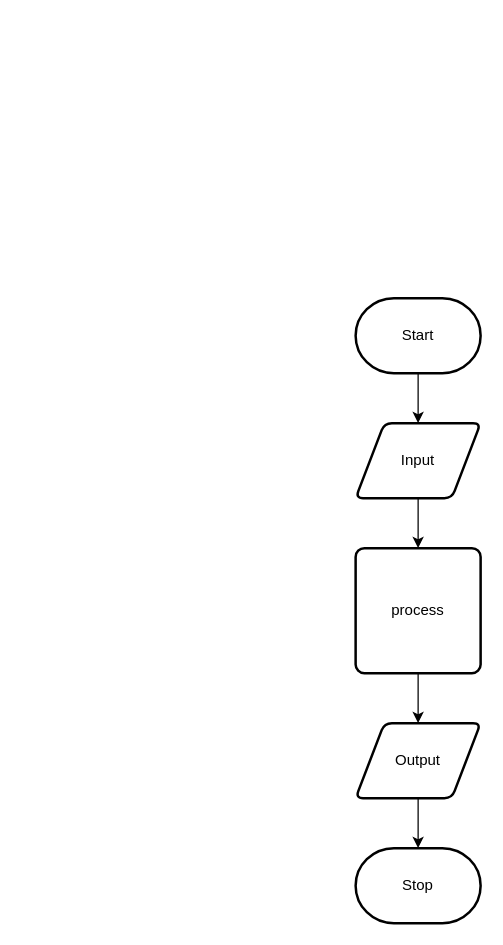
This is design/flow-chart.drawio from Ali-Mugamai/ICS20-6-02-JS, a draw.io file, before an edit. Source tidied: cells renumbered, new cells numbered last; positions are measured from the earlier drawing's top-left corner, leaving out a move shared by most shapes. Both pictures are drawn from the tidied source at 125%, with x=0, y=0 at pixel (355, 298).
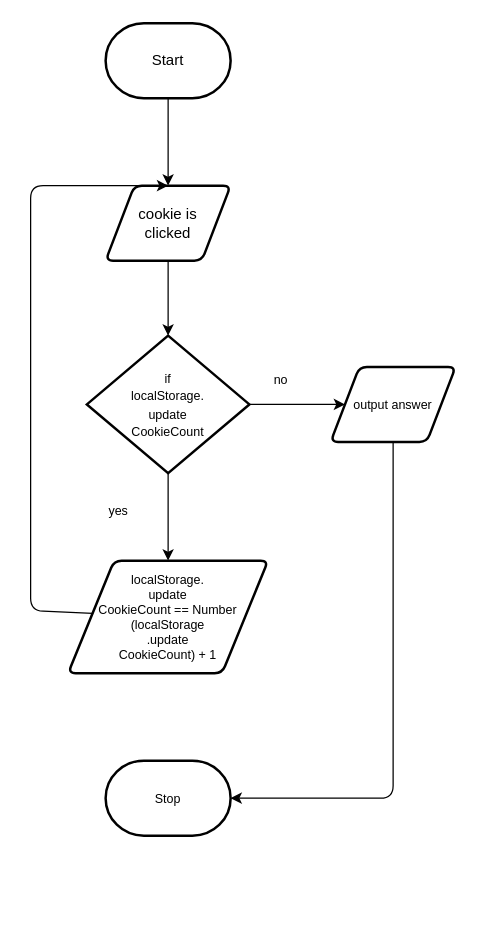
Above is the later version.

The edit, as a diff of the source:
```diff
@@
 <mxGraphModel>
   <root>
     <mxCell id="0" />
     <mxCell id="1" parent="0" />
-    <mxCell id="2" style="edgeStyle=none;html=1;" parent="1" edge="1" source="3" target="5">
-      <mxGeometry relative="1" as="geometry" />
-    </mxCell>
+    <mxCell id="11" style="edgeStyle=none;html=1;fontSize=10;" parent="1" edge="1" source="3" target="13">
+      <mxGeometry relative="1" as="geometry" />
+    </mxCell>
     <mxCell id="3" value="Start" style="strokeWidth=2;html=1;shape=mxgraph.flowchart.terminator;whiteSpace=wrap;" parent="1" vertex="1">
-      <mxGeometry width="100" height="60" as="geometry" />
+      <mxGeometry x="-200" y="-220" width="100" height="60" as="geometry" />
     </mxCell>
-    <mxCell id="4" style="edgeStyle=none;html=1;" parent="1" edge="1" source="5" target="7">
-      <mxGeometry relative="1" as="geometry" />
-    </mxCell>
-    <mxCell id="5" value="Input" style="shape=parallelogram;html=1;strokeWidth=2;perimeter=parallelogramPerimeter;whiteSpace=wrap;rounded=1;arcSize=12;size=0.23;" parent="1" vertex="1">
-      <mxGeometry y="100" width="100" height="60" as="geometry" />
-    </mxCell>
-    <mxCell id="6" style="edgeStyle=none;html=1;" parent="1" edge="1" source="7" target="9">
-      <mxGeometry relative="1" as="geometry" />
-    </mxCell>
-    <mxCell id="7" value="process" style="rounded=1;whiteSpace=wrap;html=1;absoluteArcSize=1;arcSize=14;strokeWidth=2;" parent="1" vertex="1">
-      <mxGeometry y="200" width="100" height="100" as="geometry" />
-    </mxCell>
-    <mxCell id="8" style="edgeStyle=none;html=1;" parent="1" edge="1" source="9" target="10">
-      <mxGeometry relative="1" as="geometry" />
-    </mxCell>
-    <mxCell id="9" value="Output" style="shape=parallelogram;html=1;strokeWidth=2;perimeter=parallelogramPerimeter;whiteSpace=wrap;rounded=1;arcSize=12;size=0.23;" parent="1" vertex="1">
-      <mxGeometry y="340" width="100" height="60" as="geometry" />
-    </mxCell>
+    <mxCell id="12" style="edgeStyle=none;html=1;fontSize=10;" parent="1" edge="1" source="13" target="16">
+      <mxGeometry relative="1" as="geometry" />
+    </mxCell>
+    <mxCell id="13" value="cookie is &lt;br&gt;clicked" style="shape=parallelogram;html=1;strokeWidth=2;perimeter=parallelogramPerimeter;whiteSpace=wrap;rounded=1;arcSize=12;size=0.23;" parent="1" vertex="1">
+      <mxGeometry x="-200" y="-90" width="100" height="60" as="geometry" />
+    </mxCell>
+    <mxCell id="14" style="edgeStyle=none;html=1;fontSize=10;" parent="1" edge="1" source="16" target="18">
+      <mxGeometry relative="1" as="geometry" />
+    </mxCell>
+    <mxCell id="15" style="edgeStyle=none;html=1;entryX=0;entryY=0.5;entryDx=0;entryDy=0;fontSize=10;" parent="1" edge="1" source="16" target="21">
+      <mxGeometry relative="1" as="geometry" />
+    </mxCell>
+    <mxCell id="16" value="&lt;font style=&quot;font-size: 10px&quot;&gt;if &lt;br&gt;localStorage.&lt;br&gt;update&lt;br&gt;CookieCount&lt;/font&gt;" style="strokeWidth=2;html=1;shape=mxgraph.flowchart.decision;whiteSpace=wrap;" parent="1" vertex="1">
+      <mxGeometry x="-215" y="30" width="130" height="110" as="geometry" />
+    </mxCell>
+    <mxCell id="17" style="edgeStyle=none;html=1;entryX=0.5;entryY=0;entryDx=0;entryDy=0;fontSize=10;" parent="1" edge="1" source="18" target="13">
+      <mxGeometry relative="1" as="geometry">
+        <Array as="points">
+          <mxPoint x="-260" y="250" />
+          <mxPoint x="-260" y="-90" />
+        </Array>
+      </mxGeometry>
+    </mxCell>
+    <mxCell id="18" value="localStorage.&lt;br&gt;update&lt;br&gt;CookieCount == Number&lt;br&gt;(localStorage&lt;br&gt;.update&lt;br&gt;CookieCount) + 1" style="shape=parallelogram;html=1;strokeWidth=2;perimeter=parallelogramPerimeter;whiteSpace=wrap;rounded=1;arcSize=12;size=0.23;fontSize=10;" parent="1" vertex="1">
+      <mxGeometry x="-230" y="210" width="160" height="90" as="geometry" />
+    </mxCell>
+    <mxCell id="19" value="yes" style="text;html=1;align=center;verticalAlign=middle;strokeColor=none;fillColor=none;fontSize=10;" parent="1" vertex="1">
+      <mxGeometry x="-205" y="160" width="30" height="20" as="geometry" />
+    </mxCell>
+    <mxCell id="20" style="edgeStyle=none;html=1;fontSize=10;" parent="1" edge="1" source="21" target="10">
+      <mxGeometry relative="1" as="geometry">
+        <Array as="points">
+          <mxPoint x="30" y="400" />
+        </Array>
+      </mxGeometry>
+    </mxCell>
+    <mxCell id="21" value="output answer" style="shape=parallelogram;html=1;strokeWidth=2;perimeter=parallelogramPerimeter;whiteSpace=wrap;rounded=1;arcSize=12;size=0.23;fontSize=10;" parent="1" vertex="1">
+      <mxGeometry x="-20" y="55" width="100" height="60" as="geometry" />
+    </mxCell>
+    <mxCell id="22" value="no" style="text;html=1;align=center;verticalAlign=middle;strokeColor=none;fillColor=none;fontSize=10;" parent="1" vertex="1">
+      <mxGeometry x="-75" y="55" width="30" height="20" as="geometry" />
+    </mxCell>
-    <mxCell id="10" value="Stop" style="strokeWidth=2;html=1;shape=mxgraph.flowchart.terminator;whiteSpace=wrap;" parent="1" vertex="1">
-      <mxGeometry y="440" width="100" height="60" as="geometry" />
+    <mxCell id="10" value="Stop" style="strokeWidth=2;html=1;shape=mxgraph.flowchart.terminator;whiteSpace=wrap;fontSize=10;" parent="1" vertex="1">
+      <mxGeometry x="-200" y="370" width="100" height="60" as="geometry" />
     </mxCell>
   </root>
 </mxGraphModel>
```
